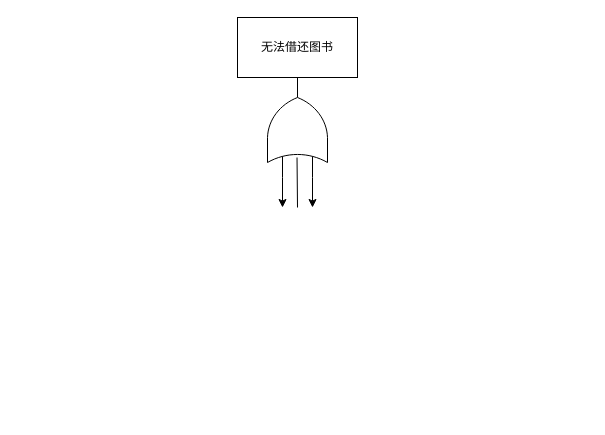
Before: 故障树图.drawio in Jiejie-e/UEHomework, a draw.io diagram. Source tidied: cells renumbered, new cells numbered last; positions are measured from the earlier drawing's top-left corner, leaving out a move shared by most shapes. Both pictures are drawn from the tidied source at 100%, with x=0, y=0 at pixel (237, 17).
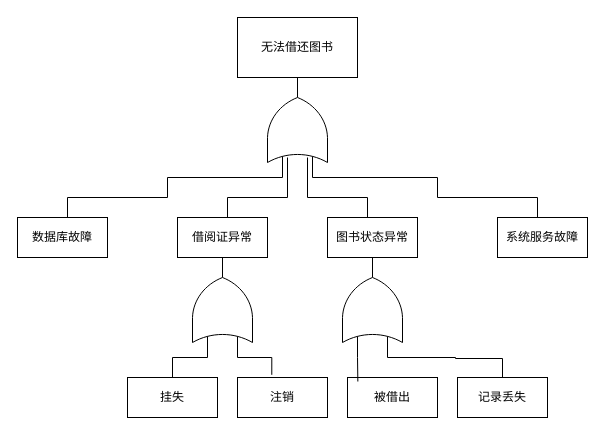
After the change.

Commit message:
更新故障树图.drawio

The change refers to these unchanged cells:
```xml
<mxCell id="5" style="verticalLabelPosition=bottom;shadow=0;dashed=0;align=center;html=1;verticalAlign=top;shape=mxgraph.electrical.logic_gates.logic_gate;operation=or;direction=north;" parent="1" vertex="1">
  <mxGeometry x="30" y="60" width="60" height="100" as="geometry" />
</mxCell>
```

Diff of the diagram source:
```diff
@@
-    <mxCell id="3" style="edgeStyle=orthogonalEdgeStyle;rounded=0;jettySize=auto;html=1;exitX=0;exitY=0.25;exitDx=0;exitDy=0;exitPerimeter=0;" parent="1" edge="1" source="5">
+    <mxCell id="3" style="edgeStyle=orthogonalEdgeStyle;rounded=0;jettySize=auto;html=1;exitX=0;exitY=0.25;exitDx=0;exitDy=0;exitPerimeter=0;endArrow=none;startFill=0;" parent="1" edge="1" source="5">
       <mxGeometry relative="1" as="geometry">
-        <mxPoint x="45" y="190" as="targetPoint" />
+        <mxPoint x="-170" y="200" as="targetPoint" />
+        <Array as="points">
+          <mxPoint x="-70" y="160" />
+          <mxPoint x="-70" y="180" />
+          <mxPoint x="-170" y="180" />
+        </Array>
       </mxGeometry>
     </mxCell>
-    <mxCell id="4" style="edgeStyle=orthogonalEdgeStyle;rounded=0;jettySize=auto;html=1;exitX=0;exitY=0.75;exitDx=0;exitDy=0;exitPerimeter=0;" parent="1" edge="1" source="5">
+    <mxCell id="4" style="edgeStyle=orthogonalEdgeStyle;rounded=0;jettySize=auto;html=1;exitX=0;exitY=0.75;exitDx=0;exitDy=0;exitPerimeter=0;endArrow=none;startFill=0;entryX=0.5;entryY=0;entryDx=0;entryDy=0;" parent="1" edge="1" source="5" target="11">
       <mxGeometry relative="1" as="geometry">
-        <mxPoint x="75" y="190" as="targetPoint" />
+        <Array as="points">
+          <mxPoint x="200" y="160" />
+          <mxPoint x="200" y="180" />
+          <mxPoint x="300" y="180" />
+          <mxPoint x="300" y="200" />
+        </Array>
       </mxGeometry>
     </mxCell>
@@
-    <mxCell id="6" style="endArrow=none;html=1;rounded=0;entryX=0.2;entryY=0.492;entryDx=0;entryDy=0;entryPerimeter=0;" parent="1" edge="1" target="5">
+    <mxCell id="6" style="endArrow=none;html=1;rounded=0;edgeStyle=orthogonalEdgeStyle;entryX=0.5;entryY=0;entryDx=0;entryDy=0;" parent="1" edge="1" target="10">
       <mxGeometry relative="1" as="geometry">
-        <mxPoint x="60" y="190" as="sourcePoint" />
+        <mxPoint x="70" y="140" as="sourcePoint" />
+        <Array as="points">
+          <mxPoint x="70" y="180" />
+          <mxPoint x="130" y="180" />
+          <mxPoint x="130" y="200" />
+        </Array>
       </mxGeometry>
     </mxCell>
+    <mxCell id="7" style="endArrow=none;html=1;rounded=0;edgeStyle=orthogonalEdgeStyle;entryX=1;entryY=0.5;entryDx=0;entryDy=0;" parent="1" edge="1" target="9">
+      <mxGeometry relative="1" as="geometry">
+        <mxPoint x="50" y="140" as="sourcePoint" />
+        <Array as="points">
+          <mxPoint x="50" y="180" />
+          <mxPoint x="-10" y="180" />
+          <mxPoint x="-10" y="220" />
+        </Array>
+      </mxGeometry>
+    </mxCell>
+    <mxCell id="8" value="数据库故障" style="rounded=0;whiteSpace=wrap;html=1;" parent="1" vertex="1">
+      <mxGeometry x="-220" y="200" width="90" height="40" as="geometry" />
+    </mxCell>
+    <mxCell id="9" value="借阅证异常" style="rounded=0;whiteSpace=wrap;html=1;" parent="1" vertex="1">
+      <mxGeometry x="-60" y="200" width="90" height="40" as="geometry" />
+    </mxCell>
+    <mxCell id="10" value="图书状态异常" style="rounded=0;whiteSpace=wrap;html=1;" parent="1" vertex="1">
+      <mxGeometry x="90" y="200" width="90" height="40" as="geometry" />
+    </mxCell>
+    <mxCell id="11" value="系统服务故障" style="rounded=0;whiteSpace=wrap;html=1;" parent="1" vertex="1">
+      <mxGeometry x="260" y="200" width="90" height="40" as="geometry" />
+    </mxCell>
+    <mxCell id="12" style="edgeStyle=orthogonalEdgeStyle;rounded=0;jettySize=auto;html=1;exitX=0;exitY=0.25;exitDx=0;exitDy=0;exitPerimeter=0;entryX=0.5;entryY=0;entryDx=0;entryDy=0;endArrow=none;startFill=0;" parent="1" edge="1" source="13" target="14">
+      <mxGeometry relative="1" as="geometry">
+        <Array as="points">
+          <mxPoint x="-65" y="340" />
+        </Array>
+      </mxGeometry>
+    </mxCell>
+    <mxCell id="13" style="verticalLabelPosition=bottom;shadow=0;dashed=0;align=center;html=1;verticalAlign=top;shape=mxgraph.electrical.logic_gates.logic_gate;operation=or;direction=north;" parent="1" vertex="1">
+      <mxGeometry x="-45" y="240" width="60" height="100" as="geometry" />
+    </mxCell>
+    <mxCell id="14" value="挂失" style="rounded=0;whiteSpace=wrap;html=1;" parent="1" vertex="1">
+      <mxGeometry x="-110" y="360" width="90" height="40" as="geometry" />
+    </mxCell>
+    <mxCell id="15" value="注销" style="rounded=0;whiteSpace=wrap;html=1;" parent="1" vertex="1">
+      <mxGeometry y="360" width="90" height="40" as="geometry" />
+    </mxCell>
+    <mxCell id="16" style="edgeStyle=orthogonalEdgeStyle;rounded=0;jettySize=auto;html=1;exitX=0;exitY=0.75;exitDx=0;exitDy=0;exitPerimeter=0;entryX=0.381;entryY=-0.067;entryDx=0;entryDy=0;entryPerimeter=0;endArrow=none;startFill=0;" parent="1" edge="1" source="13" target="15">
+      <mxGeometry relative="1" as="geometry" />
+    </mxCell>
+    <mxCell id="17" style="edgeStyle=orthogonalEdgeStyle;rounded=0;jettySize=auto;html=1;exitX=0;exitY=0.75;exitDx=0;exitDy=0;exitPerimeter=0;entryX=0.5;entryY=0;entryDx=0;entryDy=0;endArrow=none;startFill=0;" parent="1" edge="1" source="18" target="20">
+      <mxGeometry relative="1" as="geometry">
+        <Array as="points">
+          <mxPoint x="218" y="340" />
+          <mxPoint x="218" y="341" />
+          <mxPoint x="265" y="341" />
+        </Array>
+      </mxGeometry>
+    </mxCell>
+    <mxCell id="18" style="verticalLabelPosition=bottom;shadow=0;dashed=0;align=center;html=1;verticalAlign=top;shape=mxgraph.electrical.logic_gates.logic_gate;operation=or;direction=north;" parent="1" vertex="1">
+      <mxGeometry x="105" y="240" width="60" height="100" as="geometry" />
+    </mxCell>
+    <mxCell id="19" value="被借出" style="rounded=0;whiteSpace=wrap;html=1;" parent="1" vertex="1">
+      <mxGeometry x="110" y="360" width="90" height="40" as="geometry" />
+    </mxCell>
+    <mxCell id="20" value="记录丢失" style="rounded=0;whiteSpace=wrap;html=1;" parent="1" vertex="1">
+      <mxGeometry x="220" y="360" width="90" height="40" as="geometry" />
+    </mxCell>
+    <mxCell id="21" style="edgeStyle=orthogonalEdgeStyle;rounded=0;jettySize=auto;html=1;exitX=0;exitY=0.25;exitDx=0;exitDy=0;exitPerimeter=0;entryX=0.115;entryY=0.1;entryDx=0;entryDy=0;entryPerimeter=0;endArrow=none;startFill=0;" parent="1" edge="1" source="18" target="19">
+      <mxGeometry relative="1" as="geometry" />
+    </mxCell>
```
